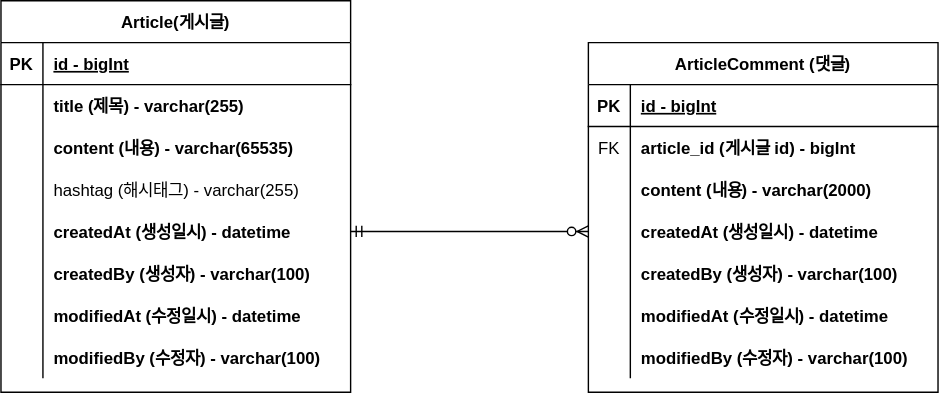
This is document/board-project-erd.svg from lby132/board-project, a draw.io export, as it was before one commit. Source tidied: cells renumbered, new cells last; positions are measured from the earlier drawing's top-left corner, leaving out a move shared by most shapes.
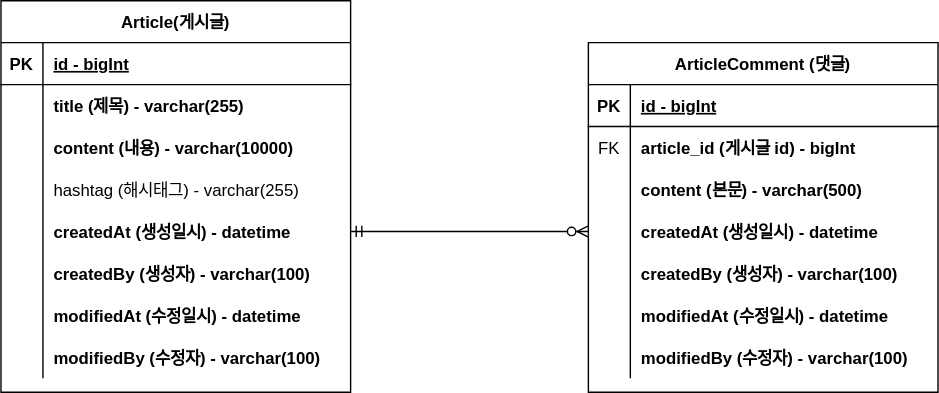
The same diagram one commit later.

Commit message:
#13 - erd 업데이트: content 사이즈 변경

The edit, as a diff of the source:
```diff
@@ -29,7 +29,7 @@
     <mxCell id="10" style="shape=partialRectangle;overflow=hidden;fillColor=none;top=0;left=0;bottom=0;right=0;" parent="9" vertex="1">
       <mxGeometry width="30" height="30" as="geometry" />
     </mxCell>
-    <mxCell id="11" value="content (내용) - varchar(2000)" style="shape=partialRectangle;overflow=hidden;fillColor=none;top=0;left=0;bottom=0;right=0;align=left;spacingLeft=6;fontStyle=1;" parent="9" vertex="1">
+    <mxCell id="11" value="content (본문) - varchar(500)" style="shape=partialRectangle;overflow=hidden;fillColor=none;top=0;left=0;bottom=0;right=0;align=left;spacingLeft=6;fontStyle=1;" parent="9" vertex="1">
       <mxGeometry x="30" width="220" height="30" as="geometry" />
     </mxCell>
     <mxCell id="12" style="shape=partialRectangle;fillColor=none;points=[[0,0.5],[1,0.5]];portConstraint=eastwest;top=0;left=0;right=0;bottom=0;" parent="2" vertex="1">
@@ -95,7 +95,7 @@
     <mxCell id="32" style="shape=partialRectangle;overflow=hidden;fillColor=none;top=0;left=0;bottom=0;right=0;" parent="31" vertex="1">
       <mxGeometry width="30" height="30" as="geometry" />
     </mxCell>
-    <mxCell id="33" value="content (내용) - varchar(65535)" style="shape=partialRectangle;overflow=hidden;fillColor=none;top=0;left=0;bottom=0;right=0;align=left;spacingLeft=6;fontStyle=1;" parent="31" vertex="1">
+    <mxCell id="33" value="content (내용) - varchar(10000)" style="shape=partialRectangle;overflow=hidden;fillColor=none;top=0;left=0;bottom=0;right=0;align=left;spacingLeft=6;fontStyle=1;" parent="31" vertex="1">
       <mxGeometry x="30" width="220" height="30" as="geometry" />
     </mxCell>
     <mxCell id="34" style="shape=partialRectangle;fillColor=none;top=0;left=0;right=0;bottom=0;" parent="24" vertex="1">
```
